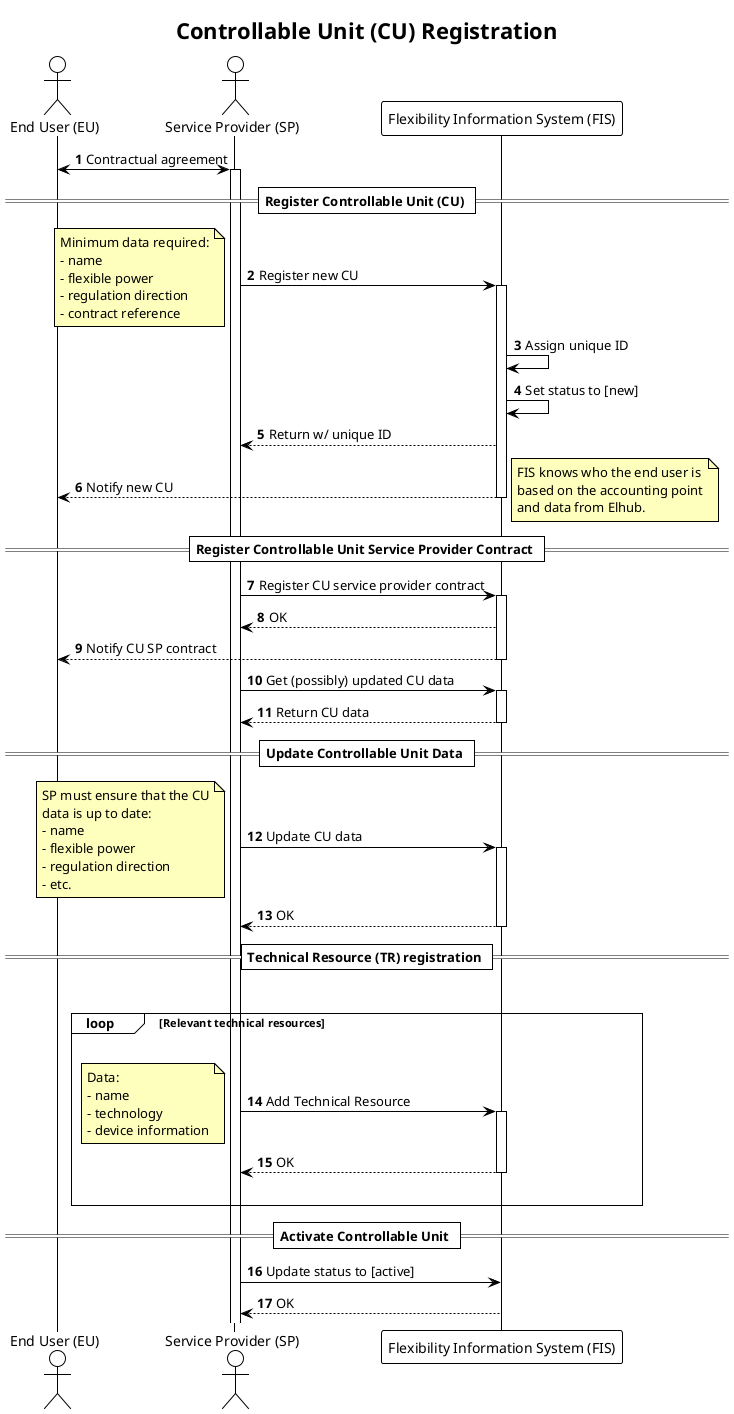
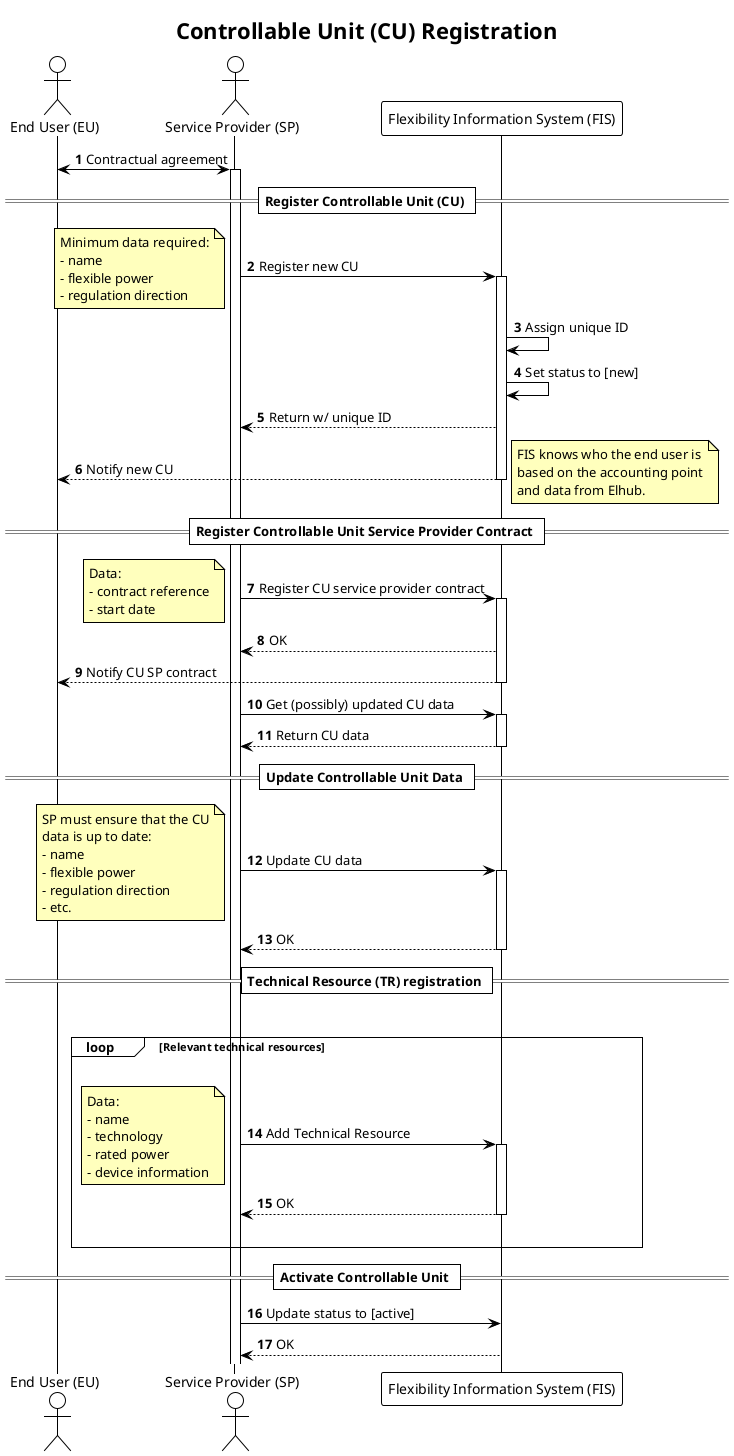
@startuml controllable_unit_registration
!theme plain

title Controllable Unit (CU) Registration

autonumber
skinparam note {
    BackgroundColor #FFFFBD
}

actor "End User (EU)" as EU
actor "Service Provider (SP)" as SP
participant "Flexibility Information System (FIS)" as FIS

EU <-> SP: Contractual agreement
activate SP

== Register Controllable Unit (CU) ==

SP -> FIS: Register new CU
note left
    Minimum data required:
    - name
    - flexible power
    - regulation direction
-     - contract reference
end note

activate FIS
FIS -> FIS: Assign unique ID
FIS -> FIS: Set status to [new]
FIS --> SP: Return w/ unique ID
FIS --> EU : Notify new CU
note right
    FIS knows who the end user is
    based on the accounting point
    and data from Elhub.
end note
deactivate FIS

== Register Controllable Unit Service Provider Contract ==

SP -> FIS: Register CU service provider contract
+ note left
+     Data:
+     - contract reference
+     - start date
+ end note
activate FIS
FIS --> SP: OK
FIS --> EU : Notify CU SP contract
deactivate FIS

SP -> FIS: Get (possibly) updated CU data
activate FIS
FIS --> SP: Return CU data
deactivate FIS

== Update Controllable Unit Data ==

SP -> FIS: Update CU data
note left
    SP must ensure that the CU
    data is up to date:
    - name
    - flexible power
    - regulation direction
    - etc.
end note
activate FIS
FIS --> SP: OK
deactivate FIS

== Technical Resource (TR) registration ==

'There is no reference to technical resource in the ACER document
'but ref to existing definitions ‘demand unit’ means an indivisible set of installations containing equipment which can be actively controlled by a demand facility
'owner or by a CDSO, either individually or commonly as part of demand agregation through a third party to provide demand response services
'to relevant system operators and relevant TSOs  or is a V1G electric vehicle and associated V1G electric vehicle supply equipment,
'power-to-gas demand unit or heat-pump.

loop For each relevant TR of the CU

loop Relevant technical resources
    |||
    SP -> FIS: Add Technical Resource
    note left
        Data:
        - name
        - technology
+         - rated power
        - device information
    end note
    activate FIS
    FIS --> SP: OK
    deactivate FIS
    |||
end

== Activate Controllable Unit ==

SP -> FIS: Update status to [active]
FIS --> SP: OK

@enduml
